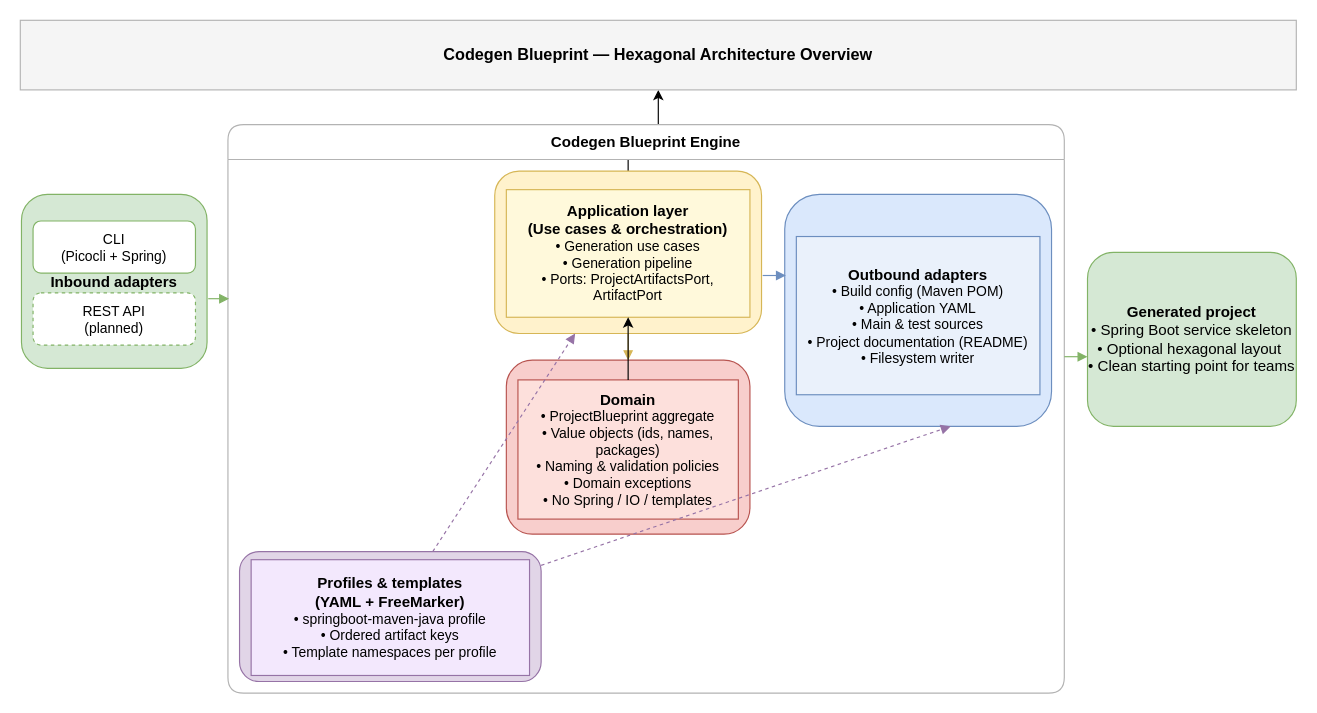
Before: docs/diagrams/architecture-overview.drawio in bsayli/codegen-blueprint, a draw.io diagram. Source tidied: cells renumbered, new cells numbered last; positions are measured from the earlier drawing's top-left corner, leaving out a move shared by most shapes. Both pictures are drawn from the tidied source at 116%, with x=0, y=0 at pixel (20, 20).
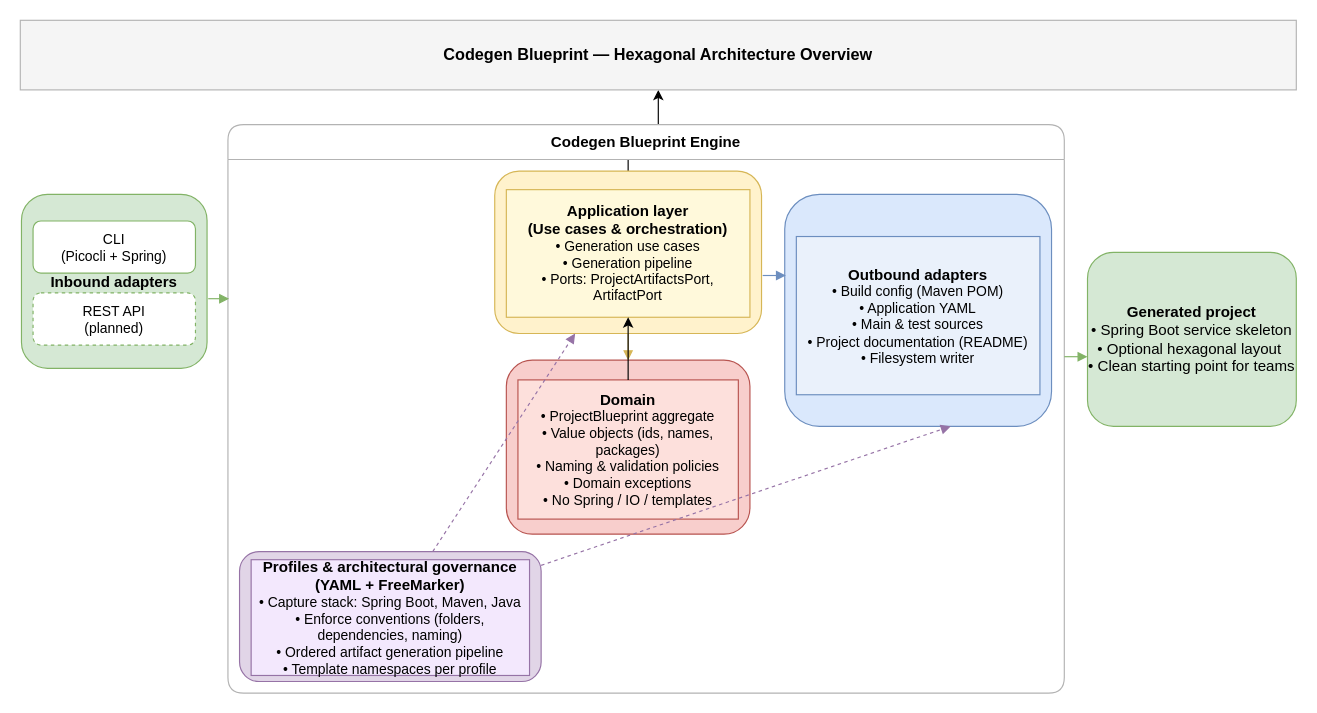
Above is the later version.

The change refers to these unchanged cells:
```xml
<mxCell id="11" style="rounded=1;whiteSpace=wrap;html=1;fillColor=#e1d5e7;strokeColor=#9673a6;fontSize=13;fontStyle=1;" parent="4" vertex="1">
  <mxGeometry x="10" y="368" width="260" height="112" as="geometry" />
</mxCell>
```

Change to the diagram source:
```diff
@@
-    <mxCell id="12" value="&lt;span style=&quot;font-size: 13px; font-weight: 700;&quot;&gt;Profiles &amp;amp; templates&lt;/span&gt;&lt;br style=&quot;font-size: 13px; font-weight: 700;&quot;&gt;&lt;span style=&quot;font-size: 13px; font-weight: 700;&quot;&gt;(YAML + FreeMarker)&lt;/span&gt;&lt;div&gt;•&amp;nbsp;&lt;span style=&quot;background-color: transparent; color: light-dark(rgb(0, 0, 0), rgb(255, 255, 255));&quot;&gt;springboot-maven-java profile&lt;/span&gt;&lt;div&gt;• Ordered artifact keys&lt;br&gt;• Template namespaces per profile&lt;/div&gt;&lt;/div&gt;" style="rounded=0;whiteSpace=wrap;html=1;fillColor=#f3e8fd;strokeColor=#9673a6;fontSize=12;" parent="11" vertex="1">
+    <mxCell id="12" value="&lt;span style=&quot;font-size: 13px; font-weight: 700;&quot;&gt;Profiles &amp;amp; architectural governance&lt;/span&gt;&lt;br style=&quot;font-size: 13px; font-weight: 700;&quot;&gt;&lt;span style=&quot;font-size: 13px; font-weight: 700;&quot;&gt;(YAML + FreeMarker)&lt;/span&gt;&lt;div&gt;•&amp;nbsp;&lt;span style=&quot;background-color: transparent; color: light-dark(rgb(0, 0, 0), rgb(255, 255, 255));&quot;&gt;Capture stack: Spring Boot, Maven, Java&lt;/span&gt;&lt;div&gt;• Enforce conventions (folders, dependencies, naming)&lt;br&gt;• Ordered artifact generation pipeline&lt;br&gt;• Template namespaces per profile&lt;/div&gt;&lt;/div&gt;" style="rounded=0;whiteSpace=wrap;html=1;fillColor=#f3e8fd;strokeColor=#9673a6;fontSize=12;" parent="11" vertex="1">
       <mxGeometry x="10" y="7" width="240" height="99.8" as="geometry" />
     </mxCell>
```
